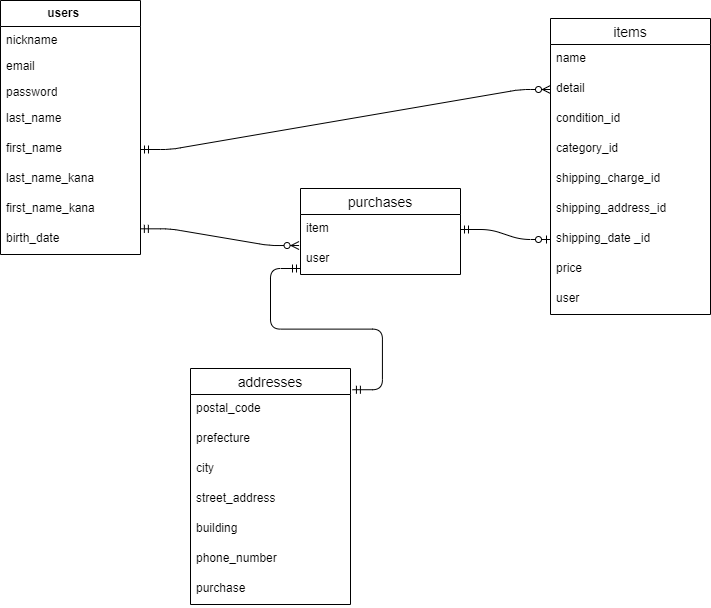
Above: db..drawio.png in Vermouth2004/furima-39449 (draw.io), before the change. Source tidied: cells renumbered, new cells last; positions are measured from the earlier drawing's top-left corner, leaving out a move shared by most shapes.
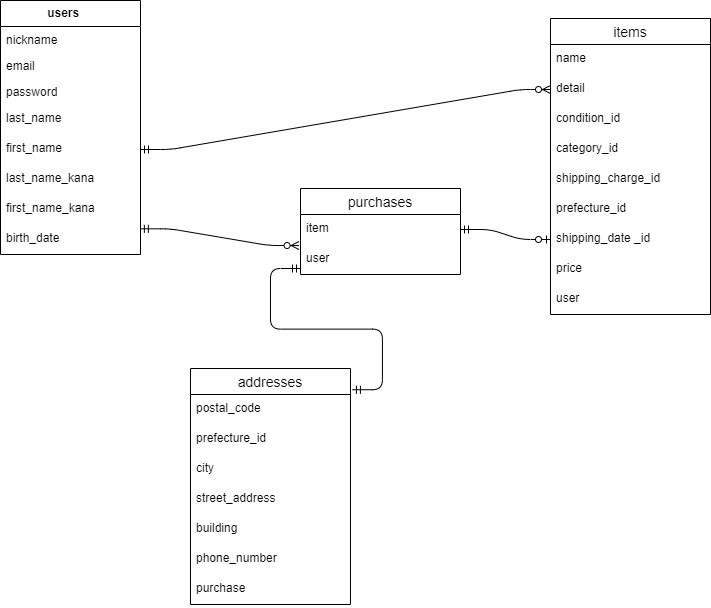
Later version of the same file.

Commit message:
テーブル設計の修正２

Change to the diagram source:
```diff
@@ -47,7 +47,7 @@
     <mxCell id="16" value="shipping_charge_id" style="text;strokeColor=none;fillColor=none;spacingLeft=4;spacingRight=4;overflow=hidden;fontSize=12;" parent="11" vertex="1">
       <mxGeometry y="146" width="160" height="30" as="geometry" />
     </mxCell>
-    <mxCell id="17" value="shipping_address_id" style="text;strokeColor=none;fillColor=none;spacingLeft=4;spacingRight=4;overflow=hidden;fontSize=12;" parent="11" vertex="1">
+    <mxCell id="17" value="prefecture_id " style="text;strokeColor=none;fillColor=none;spacingLeft=4;spacingRight=4;overflow=hidden;fontSize=12;" parent="11" vertex="1">
       <mxGeometry y="176" width="160" height="30" as="geometry" />
     </mxCell>
     <mxCell id="18" value="shipping_date _id                               &#10;&#10;&#10;" style="text;strokeColor=none;fillColor=none;spacingLeft=4;spacingRight=4;overflow=hidden;points=[[0,0.5],[1,0.5]];portConstraint=eastwest;fontSize=12;" parent="11" vertex="1">
@@ -74,7 +74,7 @@
     <mxCell id="25" value="postal_code" style="text;strokeColor=none;fillColor=none;spacingLeft=4;spacingRight=4;overflow=hidden;fontSize=12;" parent="24" vertex="1">
       <mxGeometry y="26" width="160" height="30" as="geometry" />
     </mxCell>
-    <mxCell id="26" value="prefecture" style="text;strokeColor=none;fillColor=none;spacingLeft=4;spacingRight=4;overflow=hidden;fontSize=12;" parent="24" vertex="1">
+    <mxCell id="26" value="prefecture_id " style="text;strokeColor=none;fillColor=none;spacingLeft=4;spacingRight=4;overflow=hidden;fontSize=12;" parent="24" vertex="1">
       <mxGeometry y="56" width="160" height="30" as="geometry" />
     </mxCell>
     <mxCell id="27" value="city" style="text;strokeColor=none;fillColor=none;spacingLeft=4;spacingRight=4;overflow=hidden;fontSize=12;" parent="24" vertex="1">
```
